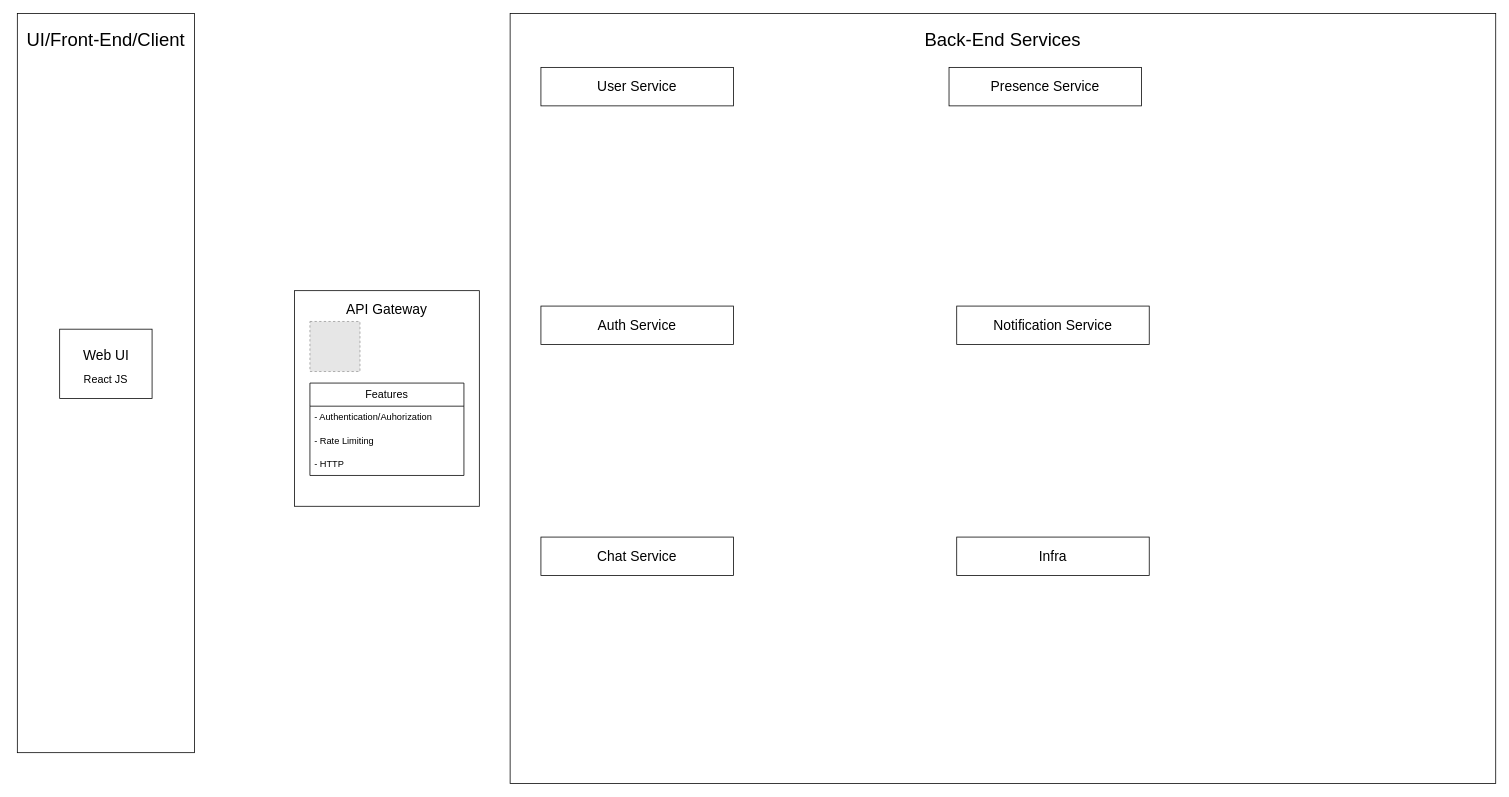
Before: LoomChat-General-Arch.drawio in LoomChat/docs-loom-chat, a draw.io diagram. Source tidied: cells renumbered, new cells numbered last; positions are measured from the earlier drawing's top-left corner, leaving out a move shared by most shapes. Both pictures are drawn from the tidied source at 77%, with x=0, y=0 at pixel (13, 13). Pictures stored in the file or linked from it are replaced by grey dashed boxes.
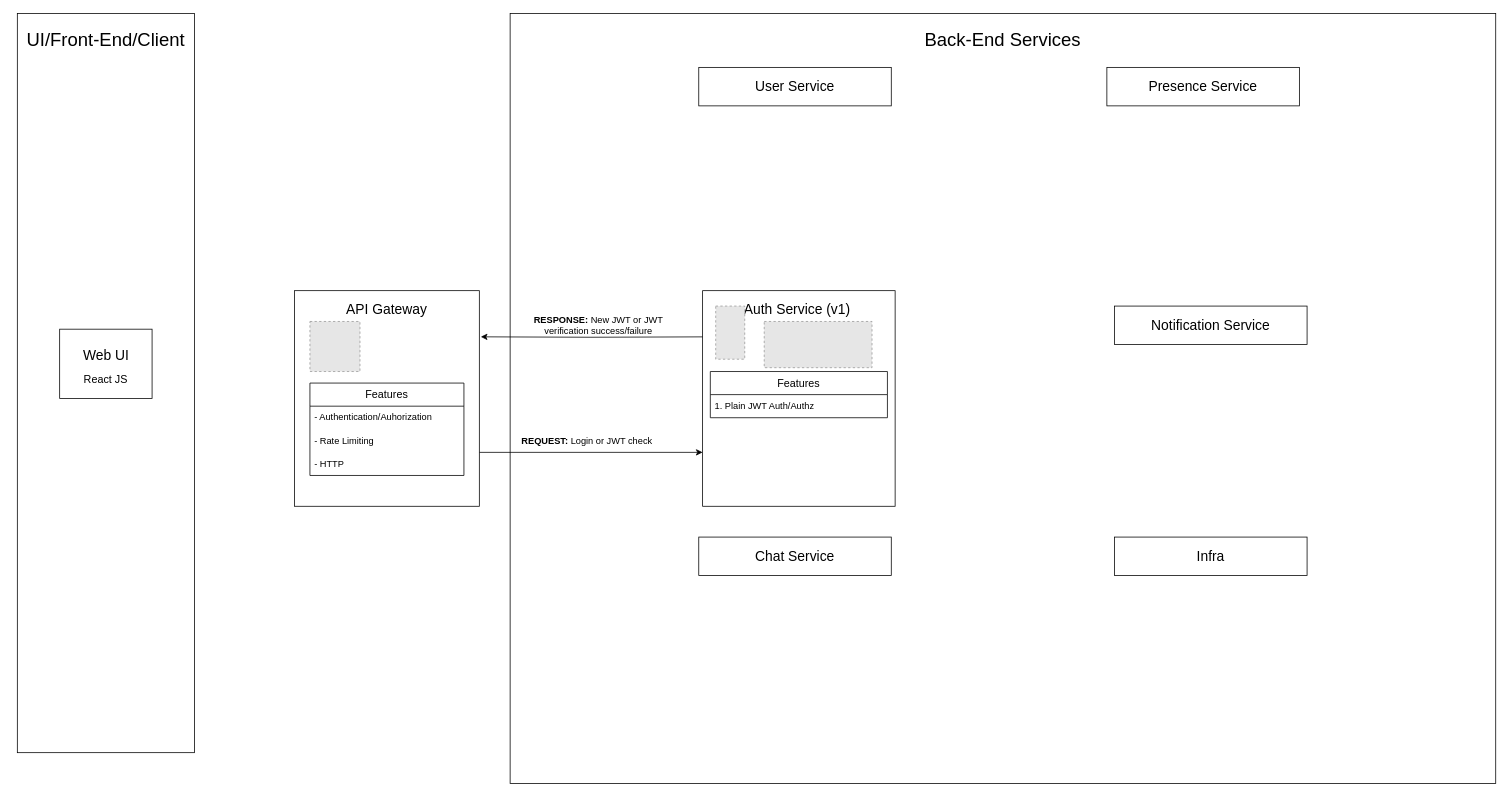
The same diagram, later.

Commit message:
Add v1 details for the auth service in LoomChat-General-Arch.drawio

Unchanged cells that the change refers to:
```xml
<mxCell id="8" style="rounded=0;whiteSpace=wrap;html=1;" parent="1" vertex="1">
  <mxGeometry x="365" y="360" width="240" height="280" as="geometry" />
</mxCell>
```

Diff of the diagram source:
```diff
@@
+    <mxCell id="28" style="edgeStyle=orthogonalEdgeStyle;rounded=0;jettySize=auto;html=1;exitX=1;exitY=0.75;exitDx=0;exitDy=0;entryX=0;entryY=0.75;entryDx=0;entryDy=0;" parent="1" edge="1" source="8" target="18">
+      <mxGeometry relative="1" as="geometry" />
+    </mxCell>
@@
     <mxCell id="16" style="rounded=0;whiteSpace=wrap;html=1;" parent="1" vertex="1">
-      <mxGeometry x="685" y="70" width="250" height="50" as="geometry" />
+      <mxGeometry x="890" y="70" width="250" height="50" as="geometry" />
     </mxCell>
     <mxCell id="17" value="&lt;font style=&quot;font-size: 18px;&quot;&gt;User Service&lt;/font&gt;" style="text;html=1;whiteSpace=wrap;strokeColor=none;fillColor=none;align=center;verticalAlign=middle;rounded=0;" parent="1" vertex="1">
-      <mxGeometry x="755" y="80" width="110" height="30" as="geometry" />
+      <mxGeometry x="960" y="80" width="110" height="30" as="geometry" />
     </mxCell>
     <mxCell id="18" style="rounded=0;whiteSpace=wrap;html=1;" parent="1" vertex="1">
-      <mxGeometry x="685" y="380" width="250" height="50" as="geometry" />
+      <mxGeometry x="895" y="360" width="250" height="280" as="geometry" />
     </mxCell>
-    <mxCell id="19" value="&lt;font style=&quot;font-size: 18px;&quot;&gt;Auth Service&lt;/font&gt;" style="text;html=1;whiteSpace=wrap;strokeColor=none;fillColor=none;align=center;verticalAlign=middle;rounded=0;" parent="1" vertex="1">
-      <mxGeometry x="755" y="390" width="110" height="30" as="geometry" />
+    <mxCell id="19" value="&lt;font style=&quot;font-size: 18px;&quot;&gt;Auth Service (v1)&lt;/font&gt;" style="text;html=1;whiteSpace=wrap;strokeColor=none;fillColor=none;align=center;verticalAlign=middle;rounded=0;" parent="1" vertex="1">
+      <mxGeometry x="902.5" y="370" width="230" height="30" as="geometry" />
     </mxCell>
     <mxCell id="20" style="rounded=0;whiteSpace=wrap;html=1;" parent="1" vertex="1">
-      <mxGeometry x="685" y="680" width="250" height="50" as="geometry" />
+      <mxGeometry x="890" y="680" width="250" height="50" as="geometry" />
     </mxCell>
     <mxCell id="21" value="&lt;font style=&quot;font-size: 18px;&quot;&gt;Chat Service&lt;/font&gt;" style="text;html=1;whiteSpace=wrap;strokeColor=none;fillColor=none;align=center;verticalAlign=middle;rounded=0;" parent="1" vertex="1">
-      <mxGeometry x="755" y="690" width="110" height="30" as="geometry" />
+      <mxGeometry x="960" y="690" width="110" height="30" as="geometry" />
     </mxCell>
     <mxCell id="22" style="rounded=0;whiteSpace=wrap;html=1;" parent="1" vertex="1">
-      <mxGeometry x="1215" y="70" width="250" height="50" as="geometry" />
+      <mxGeometry x="1420" y="70" width="250" height="50" as="geometry" />
     </mxCell>
     <mxCell id="23" value="&lt;font style=&quot;font-size: 18px;&quot;&gt;Presence Service&lt;/font&gt;" style="text;html=1;whiteSpace=wrap;strokeColor=none;fillColor=none;align=center;verticalAlign=middle;rounded=0;" parent="1" vertex="1">
-      <mxGeometry x="1265" y="80" width="150" height="30" as="geometry" />
+      <mxGeometry x="1470" y="80" width="150" height="30" as="geometry" />
     </mxCell>
     <mxCell id="24" style="rounded=0;whiteSpace=wrap;html=1;" parent="1" vertex="1">
-      <mxGeometry x="1225" y="380" width="250" height="50" as="geometry" />
+      <mxGeometry x="1430" y="380" width="250" height="50" as="geometry" />
     </mxCell>
     <mxCell id="25" value="&lt;font style=&quot;font-size: 18px;&quot;&gt;Notification Service&lt;/font&gt;" style="text;html=1;whiteSpace=wrap;strokeColor=none;fillColor=none;align=center;verticalAlign=middle;rounded=0;" parent="1" vertex="1">
-      <mxGeometry x="1270" y="390" width="160" height="30" as="geometry" />
+      <mxGeometry x="1475" y="390" width="160" height="30" as="geometry" />
     </mxCell>
     <mxCell id="26" style="rounded=0;whiteSpace=wrap;html=1;" parent="1" vertex="1">
-      <mxGeometry x="1225" y="680" width="250" height="50" as="geometry" />
+      <mxGeometry x="1430" y="680" width="250" height="50" as="geometry" />
     </mxCell>
     <mxCell id="27" value="&lt;font style=&quot;font-size: 18px;&quot;&gt;Infra&lt;/font&gt;" style="text;html=1;whiteSpace=wrap;strokeColor=none;fillColor=none;align=center;verticalAlign=middle;rounded=0;" parent="1" vertex="1">
-      <mxGeometry x="1295" y="690" width="110" height="30" as="geometry" />
+      <mxGeometry x="1500" y="690" width="110" height="30" as="geometry" />
     </mxCell>
+    <mxCell id="29" style="edgeStyle=orthogonalEdgeStyle;rounded=0;jettySize=auto;html=1;entryX=1.008;entryY=0.214;entryDx=0;entryDy=0;entryPerimeter=0;" parent="1" edge="1" target="8">
+      <mxGeometry relative="1" as="geometry">
+        <mxPoint x="895" y="420" as="sourcePoint" />
+      </mxGeometry>
+    </mxCell>
+    <mxCell id="30" value="&lt;div&gt;&lt;b&gt;REQUEST:&lt;/b&gt; Login or JWT check&lt;/div&gt;" style="text;html=1;whiteSpace=wrap;strokeColor=none;fillColor=none;align=center;verticalAlign=middle;rounded=0;" parent="1" vertex="1">
+      <mxGeometry x="655" y="540" width="180" height="30" as="geometry" />
+    </mxCell>
+    <mxCell id="31" value="&lt;b&gt;RESPONSE:&lt;/b&gt;&amp;nbsp;New JWT or JWT verification success/failure" style="text;html=1;whiteSpace=wrap;strokeColor=none;fillColor=none;align=center;verticalAlign=middle;rounded=0;" parent="1" vertex="1">
+      <mxGeometry x="655" y="390" width="210" height="30" as="geometry" />
+    </mxCell>
+    <mxCell id="32" value="&lt;font style=&quot;font-size: 14px;&quot;&gt;Features&lt;/font&gt;" style="swimlane;fontStyle=0;horizontal=1;startSize=30;whiteSpace=wrap;html=1;" parent="1" vertex="1">
+      <mxGeometry x="905" y="465" width="230" height="60" as="geometry" />
+    </mxCell>
+    <mxCell id="33" value="&lt;font style=&quot;font-size: 12px;&quot;&gt;1. Plain JWT Auth/Authz&lt;/font&gt;" style="text;strokeColor=none;fillColor=none;align=left;verticalAlign=middle;spacingLeft=4;spacingRight=4;overflow=hidden;whiteSpace=wrap;html=1;" parent="32" vertex="1">
+      <mxGeometry y="30" width="230" height="30" as="geometry" />
+    </mxCell>
+    <mxCell id="34" style="fillColor=#E6E6E6;strokeColor=#999999;dashed=1;verticalLabelPosition=bottom;labelBackgroundColor=default;verticalAlign=top;" parent="1" vertex="1">
+      <mxGeometry x="912" y="380" width="37.7" height="69" as="geometry" />
+    </mxCell>
+    <mxCell id="35" style="fillColor=#E6E6E6;strokeColor=#999999;dashed=1;verticalLabelPosition=bottom;labelBackgroundColor=default;verticalAlign=top;" parent="1" vertex="1">
+      <mxGeometry x="975" y="400" width="140" height="60" as="geometry" />
+    </mxCell>
```
